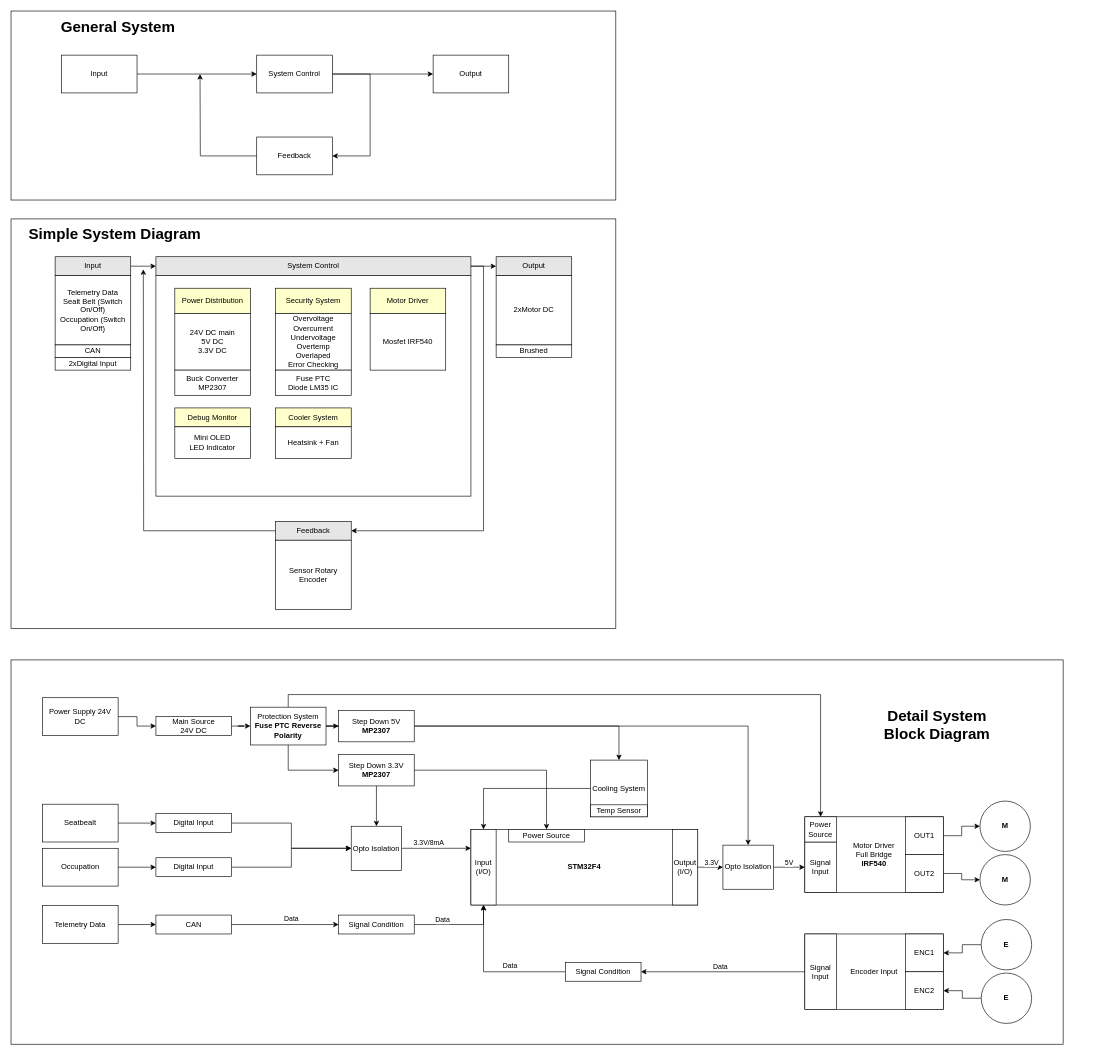
Above: AVS/Desain/Block Diagram.drawio in Rezen351/KP (draw.io), before the change. Source tidied: cells renumbered, new cells numbered last; positions are measured from the earlier drawing's top-left corner, leaving out a move shared by most shapes. Both pictures are drawn from the tidied source at 63%, with x=0, y=0 at pixel (11, 11).
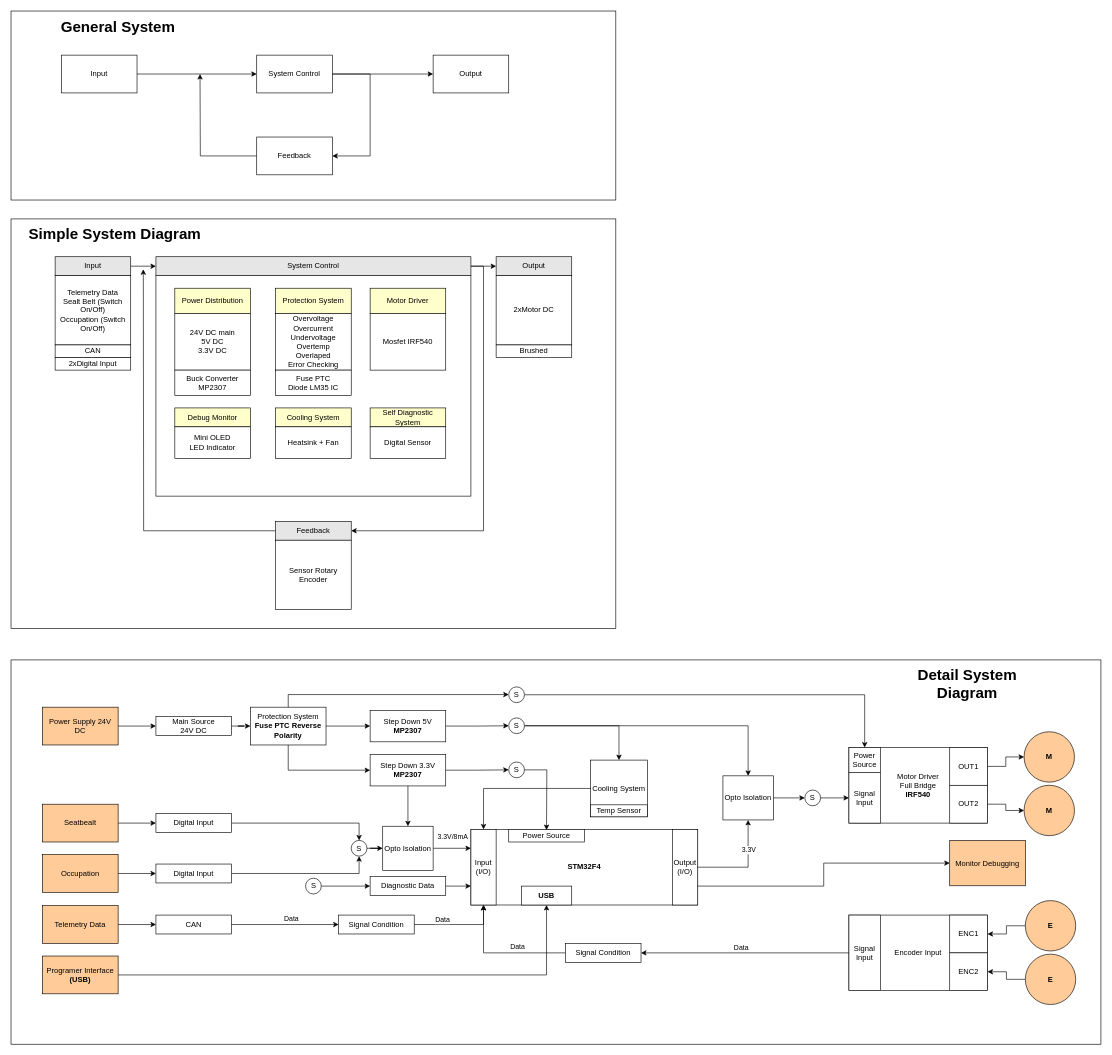
After the change.

The change refers to these unchanged cells:
```xml
<mxCell id="44" value="Digital Input" style="rounded=0;whiteSpace=wrap;html=1;" parent="1" vertex="1">
  <mxGeometry x="230" y="1274" width="120" height="30" as="geometry" />
</mxCell>
<mxCell id="50" style="edgeStyle=orthogonalEdgeStyle;rounded=0;jettySize=auto;html=1;entryX=0;entryY=0.25;entryDx=0;entryDy=0;" parent="1" edge="1" source="52" target="63">
  <mxGeometry relative="1" as="geometry" />
</mxCell>
<mxCell id="61" style="group;" parent="1" vertex="1">
  <mxGeometry x="730" y="1299" width="360" height="120" as="geometry" />
</mxCell>
<mxCell id="63" value="Input (I/O)" style="rounded=0;whiteSpace=wrap;html=1;" parent="61" vertex="1">
  <mxGeometry width="40" height="120" as="geometry" />
</mxCell>
<mxCell id="64" value="Output (I/O)" style="rounded=0;whiteSpace=wrap;html=1;" parent="61" vertex="1">
  <mxGeometry x="320" width="40" height="120" as="geometry" />
</mxCell>
<mxCell id="65" value="Power Source" style="rounded=0;whiteSpace=wrap;html=1;" parent="61" vertex="1">
  <mxGeometry x="60" width="120" height="20" as="geometry" />
</mxCell>
<mxCell id="69" style="edgeStyle=orthogonalEdgeStyle;rounded=0;jettySize=auto;html=1;" parent="1" edge="1" source="64" target="68">
  <mxGeometry relative="1" as="geometry" />
</mxCell>
<mxCell id="75" value="Signal Input" style="rounded=0;whiteSpace=wrap;html=1;" parent="71" vertex="1">
  <mxGeometry y="40" width="50" height="80" as="geometry" />
</mxCell>
<mxCell id="76" value="Power Source" style="rounded=0;whiteSpace=wrap;html=1;" parent="71" vertex="1">
  <mxGeometry width="50" height="40" as="geometry" />
</mxCell>
<mxCell id="80" value="Protection System&lt;div&gt;&lt;b&gt;Fuse PTC Reverse Polarity&lt;/b&gt;&lt;/div&gt;" style="rounded=0;whiteSpace=wrap;html=1;" parent="1" vertex="1">
  <mxGeometry x="380" y="1105" width="120" height="60" as="geometry" />
</mxCell>
<mxCell id="100" value="Cooling System" style="whiteSpace=wrap;html=1;" parent="99" vertex="1">
  <mxGeometry width="90" height="90" as="geometry" />
</mxCell>
```

What changed in the source:
```diff
@@
     <mxCell id="2" style="rounded=0;whiteSpace=wrap;html=1;" parent="1" vertex="1">
-      <mxGeometry y="1030" width="1670" height="610" as="geometry" />
+      <mxGeometry y="1030" width="1730" height="610" as="geometry" />
     </mxCell>
@@
-    <mxCell id="21" value="Security System" style="rounded=0;whiteSpace=wrap;html=1;fillColor=#FFFFCC;" parent="1" vertex="1">
+    <mxCell id="21" value="Protection System" style="rounded=0;whiteSpace=wrap;html=1;fillColor=#FFFFCC;" parent="1" vertex="1">
       <mxGeometry x="420" y="440" width="120" height="40" as="geometry" />
     </mxCell>
@@
-    <mxCell id="38" value="Cooler System" style="rounded=0;whiteSpace=wrap;html=1;fillColor=#FFFFCC;" parent="1" vertex="1">
+    <mxCell id="38" value="Cooling System" style="rounded=0;whiteSpace=wrap;html=1;fillColor=#FFFFCC;" parent="1" vertex="1">
       <mxGeometry x="420" y="630" width="120" height="30" as="geometry" />
     </mxCell>
@@
-    <mxCell id="42" value="&lt;font style=&quot;font-size: 24px;&quot;&gt;Detail System Block Diagram&lt;/font&gt;" style="text;html=1;align=center;verticalAlign=middle;whiteSpace=wrap;rounded=0;fontStyle=1;" parent="1" vertex="1">
-      <mxGeometry x="1370" y="1100" width="200" height="65" as="geometry" />
+    <mxCell id="42" value="&lt;font style=&quot;font-size: 24px;&quot;&gt;Detail System Diagram&lt;/font&gt;" style="text;html=1;align=center;verticalAlign=middle;whiteSpace=wrap;rounded=0;fontStyle=1;" parent="1" vertex="1">
+      <mxGeometry x="1418" y="1035" width="200" height="65" as="geometry" />
     </mxCell>
-    <mxCell id="43" style="edgeStyle=orthogonalEdgeStyle;rounded=0;jettySize=auto;html=1;entryX=0;entryY=0.5;entryDx=0;entryDy=0;" parent="1" edge="1" source="44" target="52">
-      <mxGeometry relative="1" as="geometry" />
-    </mxCell>
+    <mxCell id="114" style="edgeStyle=orthogonalEdgeStyle;rounded=0;jettySize=auto;html=1;entryX=0.5;entryY=0;entryDx=0;entryDy=0;" parent="1" edge="1" source="44" target="134">
+      <mxGeometry relative="1" as="geometry" />
+    </mxCell>
@@
-    <mxCell id="45" style="edgeStyle=orthogonalEdgeStyle;rounded=0;jettySize=auto;html=1;" parent="1" edge="1" source="46" target="52">
-      <mxGeometry relative="1" as="geometry" />
-    </mxCell>
+    <mxCell id="115" style="edgeStyle=orthogonalEdgeStyle;rounded=0;jettySize=auto;html=1;entryX=0.5;entryY=1;entryDx=0;entryDy=0;" parent="1" edge="1" source="46" target="134">
+      <mxGeometry relative="1" as="geometry" />
+    </mxCell>
     <mxCell id="46" value="Digital Input" style="rounded=0;whiteSpace=wrap;html=1;" parent="1" vertex="1">
-      <mxGeometry x="230" y="1344" width="120" height="30" as="geometry" />
+      <mxGeometry x="230" y="1354" width="120" height="30" as="geometry" />
     </mxCell>
@@
     <mxCell id="51" value="3.3V/8mA" style="edgeLabel;html=1;align=center;verticalAlign=middle;" parent="50" vertex="1">
       <mxGeometry x="-0.23" y="-1" relative="1" as="geometry">
-        <mxPoint y="-10" as="offset" />
+        <mxPoint x="7" y="-21" as="offset" />
       </mxGeometry>
     </mxCell>
     <mxCell id="52" value="Opto Isolation" style="rounded=0;whiteSpace=wrap;html=1;" parent="1" vertex="1">
-      <mxGeometry x="540" y="1294" width="80" height="70" as="geometry" />
+      <mxGeometry x="590" y="1294" width="80" height="70" as="geometry" />
     </mxCell>
@@
-    <mxCell id="55" style="edgeStyle=orthogonalEdgeStyle;rounded=0;jettySize=auto;html=1;entryX=0.5;entryY=0;entryDx=0;entryDy=0;" parent="1" edge="1" source="57" target="68">
-      <mxGeometry relative="1" as="geometry" />
-    </mxCell>
-    <mxCell id="56" style="edgeStyle=orthogonalEdgeStyle;rounded=0;jettySize=auto;html=1;entryX=0.5;entryY=0;entryDx=0;entryDy=0;" parent="1" edge="1" source="57" target="100">
+    <mxCell id="56" style="edgeStyle=orthogonalEdgeStyle;rounded=0;jettySize=auto;html=1;entryX=0.5;entryY=0;entryDx=0;entryDy=0;" parent="1" edge="1" source="130" target="100">
       <mxGeometry relative="1" as="geometry" />
     </mxCell>
+    <mxCell id="116" style="edgeStyle=orthogonalEdgeStyle;rounded=0;jettySize=auto;html=1;entryX=0;entryY=0.5;entryDx=0;entryDy=0;" parent="1" edge="1" source="57" target="130">
+      <mxGeometry relative="1" as="geometry" />
+    </mxCell>
     <mxCell id="57" value="Step Down 5V&lt;div&gt;&lt;b&gt;MP2307&lt;/b&gt;&lt;/div&gt;" style="rounded=0;whiteSpace=wrap;html=1;" parent="1" vertex="1">
-      <mxGeometry x="520" y="1110" width="120" height="50" as="geometry" />
+      <mxGeometry x="570" y="1110" width="120" height="50" as="geometry" />
     </mxCell>
@@
-    <mxCell id="59" style="edgeStyle=orthogonalEdgeStyle;rounded=0;jettySize=auto;html=1;entryX=0.5;entryY=0;entryDx=0;entryDy=0;" parent="1" edge="1" source="60" target="65">
-      <mxGeometry relative="1" as="geometry" />
-    </mxCell>
+    <mxCell id="117" style="edgeStyle=orthogonalEdgeStyle;rounded=0;jettySize=auto;html=1;entryX=0;entryY=0.5;entryDx=0;entryDy=0;" parent="1" edge="1" source="60" target="132">
+      <mxGeometry relative="1" as="geometry" />
+    </mxCell>
     <mxCell id="60" value="Step Down 3.3V&lt;div&gt;&lt;b&gt;MP2307&lt;/b&gt;&lt;/div&gt;" style="rounded=0;whiteSpace=wrap;html=1;" parent="1" vertex="1">
-      <mxGeometry x="520" y="1180" width="120" height="50" as="geometry" />
+      <mxGeometry x="570" y="1180" width="120" height="50" as="geometry" />
     </mxCell>
@@
-    <mxCell id="66" style="edgeStyle=orthogonalEdgeStyle;rounded=0;jettySize=auto;html=1;entryX=0;entryY=0.5;entryDx=0;entryDy=0;" parent="1" edge="1" source="68" target="75">
-      <mxGeometry relative="1" as="geometry" />
-    </mxCell>
-    <mxCell id="67" value="5V" style="edgeLabel;html=1;align=center;verticalAlign=middle;" parent="66" vertex="1">
-      <mxGeometry x="-0.03" y="-1" relative="1" as="geometry">
-        <mxPoint y="-9" as="offset" />
-      </mxGeometry>
-    </mxCell>
+    <mxCell id="118" value="&lt;b&gt;USB&lt;/b&gt;" style="rounded=0;whiteSpace=wrap;html=1;" parent="61" vertex="1">
+      <mxGeometry x="80" y="90" width="80" height="30" as="geometry" />
+    </mxCell>
+    <mxCell id="119" style="edgeStyle=orthogonalEdgeStyle;rounded=0;jettySize=auto;html=1;" parent="1" edge="1" source="68" target="136">
+      <mxGeometry relative="1" as="geometry" />
+    </mxCell>
     <mxCell id="68" value="Opto Isolation" style="rounded=0;whiteSpace=wrap;html=1;" parent="1" vertex="1">
-      <mxGeometry x="1130" y="1324" width="80" height="70" as="geometry" />
+      <mxGeometry x="1130" y="1214" width="80" height="70" as="geometry" />
     </mxCell>
@@
     <mxCell id="70" value="3.3V" style="edgeLabel;html=1;align=center;verticalAlign=middle;" parent="69" vertex="1">
       <mxGeometry x="0.07" y="3" relative="1" as="geometry">
-        <mxPoint y="-5" as="offset" />
+        <mxPoint x="3" y="-25" as="offset" />
       </mxGeometry>
     </mxCell>
     <mxCell id="71" style="group;" parent="1" vertex="1">
-      <mxGeometry x="1260" y="1279" width="220" height="120" as="geometry" />
+      <mxGeometry x="1330" y="1169" width="220" height="120" as="geometry" />
     </mxCell>
@@
-    <mxCell id="79" style="edgeStyle=orthogonalEdgeStyle;rounded=0;jettySize=auto;html=1;exitX=0.5;exitY=0;exitDx=0;exitDy=0;" parent="1" edge="1" source="80" target="76">
-      <mxGeometry relative="1" as="geometry" />
-    </mxCell>
@@
     <mxCell id="83" value="Signal Condition" style="rounded=0;whiteSpace=wrap;html=1;" parent="1" vertex="1">
-      <mxGeometry x="880" y="1510" width="120" height="30" as="geometry" />
+      <mxGeometry x="880" y="1480" width="120" height="30" as="geometry" />
     </mxCell>
     <mxCell id="84" style="group;" parent="1" vertex="1">
-      <mxGeometry x="1260" y="1465" width="220" height="120" as="geometry" />
+      <mxGeometry x="1330" y="1435" width="220" height="120" as="geometry" />
     </mxCell>
@@
-    <mxCell id="91" value="M" style="ellipse;whiteSpace=wrap;html=1;fontStyle=1;" parent="1" vertex="1">
-      <mxGeometry x="1538" y="1254" width="80" height="80" as="geometry" />
+    <mxCell id="91" value="M" style="ellipse;whiteSpace=wrap;html=1;fontStyle=1;fillColor=#FFCC99;" parent="1" vertex="1">
+      <mxGeometry x="1608" y="1144" width="80" height="80" as="geometry" />
     </mxCell>
-    <mxCell id="92" value="M" style="ellipse;whiteSpace=wrap;html=1;fontStyle=1;" parent="1" vertex="1">
-      <mxGeometry x="1538" y="1339" width="80" height="80" as="geometry" />
+    <mxCell id="92" value="M" style="ellipse;whiteSpace=wrap;html=1;fontStyle=1;fillColor=#FFCC99;" parent="1" vertex="1">
+      <mxGeometry x="1608" y="1229" width="80" height="80" as="geometry" />
     </mxCell>
@@
-    <mxCell id="94" value="E" style="ellipse;whiteSpace=wrap;html=1;fontStyle=1;" parent="1" vertex="1">
-      <mxGeometry x="1540" y="1442" width="80" height="80" as="geometry" />
+    <mxCell id="94" value="E" style="ellipse;whiteSpace=wrap;html=1;fontStyle=1;fillColor=#FFCC99;" parent="1" vertex="1">
+      <mxGeometry x="1610" y="1412" width="80" height="80" as="geometry" />
     </mxCell>
@@
-    <mxCell id="96" value="E" style="ellipse;whiteSpace=wrap;html=1;fontStyle=1;" parent="1" vertex="1">
-      <mxGeometry x="1540" y="1527" width="80" height="80" as="geometry" />
+    <mxCell id="96" value="E" style="ellipse;whiteSpace=wrap;html=1;fontStyle=1;fillColor=#FFCC99;" parent="1" vertex="1">
+      <mxGeometry x="1610" y="1497" width="80" height="80" as="geometry" />
     </mxCell>
@@
-    <mxCell id="107" value="Power Supply 24V DC" style="rounded=0;whiteSpace=wrap;html=1;" parent="1" vertex="1">
-      <mxGeometry x="50" y="1090" width="120" height="60" as="geometry" />
+    <mxCell id="107" value="Power Supply 24V DC" style="rounded=0;whiteSpace=wrap;html=1;fillColor=#FFCC99;" parent="1" vertex="1">
+      <mxGeometry x="50" y="1105" width="120" height="60" as="geometry" />
     </mxCell>
@@
-    <mxCell id="109" value="Seatbealt" style="rounded=0;whiteSpace=wrap;html=1;" parent="1" vertex="1">
+    <mxCell id="109" value="Seatbealt" style="rounded=0;whiteSpace=wrap;html=1;fillColor=#FFCC99;" parent="1" vertex="1">
       <mxGeometry x="50" y="1259" width="120" height="60" as="geometry" />
     </mxCell>
@@
-    <mxCell id="111" value="Occupation" style="rounded=0;whiteSpace=wrap;html=1;" parent="1" vertex="1">
-      <mxGeometry x="50" y="1329" width="120" height="60" as="geometry" />
+    <mxCell id="111" value="Occupation" style="rounded=0;whiteSpace=wrap;html=1;fillColor=#FFCC99;" parent="1" vertex="1">
+      <mxGeometry x="50" y="1339" width="120" height="60" as="geometry" />
     </mxCell>
@@
-    <mxCell id="113" value="Telemetry Data" style="rounded=0;whiteSpace=wrap;html=1;" parent="1" vertex="1">
+    <mxCell id="113" value="Telemetry Data" style="rounded=0;whiteSpace=wrap;html=1;fillColor=#FFCC99;" parent="1" vertex="1">
       <mxGeometry x="50" y="1420" width="120" height="60" as="geometry" />
     </mxCell>
+    <mxCell id="120" value="Monitor Debugging" style="rounded=0;whiteSpace=wrap;html=1;fillColor=#FFCC99;" parent="1" vertex="1">
+      <mxGeometry x="1490" y="1316.5" width="120" height="72" as="geometry" />
+    </mxCell>
+    <mxCell id="121" style="edgeStyle=orthogonalEdgeStyle;rounded=0;jettySize=auto;html=1;entryX=0.5;entryY=1;entryDx=0;entryDy=0;" parent="1" edge="1" source="122" target="118">
+      <mxGeometry relative="1" as="geometry" />
+    </mxCell>
+    <mxCell id="122" value="Programer Interface&lt;div&gt;&lt;b&gt;(USB)&lt;/b&gt;&lt;/div&gt;" style="rounded=0;whiteSpace=wrap;html=1;fillColor=#FFCC99;" parent="1" vertex="1">
+      <mxGeometry x="50" y="1500" width="120" height="60" as="geometry" />
+    </mxCell>
+    <mxCell id="123" style="edgeStyle=orthogonalEdgeStyle;rounded=0;jettySize=auto;html=1;exitX=1;exitY=0.75;exitDx=0;exitDy=0;entryX=0;entryY=0.5;entryDx=0;entryDy=0;" parent="1" edge="1" source="64" target="120">
+      <mxGeometry relative="1" as="geometry" />
+    </mxCell>
+    <mxCell id="124" value="Self Diagnostic System" style="rounded=0;whiteSpace=wrap;html=1;fillColor=#FFFFCC;" parent="1" vertex="1">
+      <mxGeometry x="570" y="630" width="120" height="30" as="geometry" />
+    </mxCell>
+    <mxCell id="125" value="Digital Sensor" style="rounded=0;whiteSpace=wrap;html=1;" parent="1" vertex="1">
+      <mxGeometry x="570" y="660" width="120" height="50" as="geometry" />
+    </mxCell>
+    <mxCell id="126" style="edgeStyle=orthogonalEdgeStyle;rounded=0;jettySize=auto;html=1;exitX=0.5;exitY=0;exitDx=0;exitDy=0;" parent="1" edge="1" source="80" target="128">
+      <mxGeometry relative="1" as="geometry">
+        <Array as="points">
+          <mxPoint x="440" y="1085" />
+        </Array>
+      </mxGeometry>
+    </mxCell>
+    <mxCell id="127" style="edgeStyle=orthogonalEdgeStyle;rounded=0;jettySize=auto;html=1;" parent="1" edge="1" source="128" target="76">
+      <mxGeometry relative="1" as="geometry" />
+    </mxCell>
+    <mxCell id="128" value="S" style="ellipse;whiteSpace=wrap;html=1;" parent="1" vertex="1">
+      <mxGeometry x="790" y="1072.8" width="25" height="25" as="geometry" />
+    </mxCell>
+    <mxCell id="129" style="edgeStyle=orthogonalEdgeStyle;rounded=0;jettySize=auto;html=1;entryX=0.5;entryY=0;entryDx=0;entryDy=0;" parent="1" edge="1" source="130" target="68">
+      <mxGeometry relative="1" as="geometry" />
+    </mxCell>
+    <mxCell id="130" value="S" style="ellipse;whiteSpace=wrap;html=1;" parent="1" vertex="1">
+      <mxGeometry x="790" y="1122" width="25" height="25" as="geometry" />
+    </mxCell>
+    <mxCell id="131" style="edgeStyle=orthogonalEdgeStyle;rounded=0;jettySize=auto;html=1;" parent="1" edge="1" source="132">
+      <mxGeometry relative="1" as="geometry">
+        <mxPoint x="850" y="1300" as="targetPoint" />
+      </mxGeometry>
+    </mxCell>
+    <mxCell id="132" value="S" style="ellipse;whiteSpace=wrap;html=1;" parent="1" vertex="1">
+      <mxGeometry x="790" y="1192" width="25" height="25" as="geometry" />
+    </mxCell>
+    <mxCell id="133" style="edgeStyle=orthogonalEdgeStyle;rounded=0;jettySize=auto;html=1;" parent="1" edge="1" source="134" target="52">
+      <mxGeometry relative="1" as="geometry" />
+    </mxCell>
+    <mxCell id="134" value="S" style="ellipse;whiteSpace=wrap;html=1;" parent="1" vertex="1">
+      <mxGeometry x="540" y="1316.5" width="25" height="25" as="geometry" />
+    </mxCell>
+    <mxCell id="135" style="edgeStyle=orthogonalEdgeStyle;rounded=0;jettySize=auto;html=1;" parent="1" edge="1" source="136" target="75">
+      <mxGeometry relative="1" as="geometry" />
+    </mxCell>
+    <mxCell id="136" value="S" style="ellipse;whiteSpace=wrap;html=1;" parent="1" vertex="1">
+      <mxGeometry x="1260" y="1236.5" width="25" height="25" as="geometry" />
+    </mxCell>
+    <mxCell id="137" style="edgeStyle=orthogonalEdgeStyle;rounded=0;jettySize=auto;html=1;entryX=0;entryY=0.75;entryDx=0;entryDy=0;" parent="1" edge="1" source="138" target="63">
+      <mxGeometry relative="1" as="geometry" />
+    </mxCell>
+    <mxCell id="138" value="Diagnostic Data" style="rounded=0;whiteSpace=wrap;html=1;" parent="1" vertex="1">
+      <mxGeometry x="570" y="1374" width="120" height="30" as="geometry" />
+    </mxCell>
+    <mxCell id="139" style="edgeStyle=orthogonalEdgeStyle;rounded=0;jettySize=auto;html=1;" parent="1" edge="1" source="140" target="138">
+      <mxGeometry relative="1" as="geometry" />
+    </mxCell>
+    <mxCell id="140" value="S" style="ellipse;whiteSpace=wrap;html=1;" parent="1" vertex="1">
+      <mxGeometry x="467.5" y="1376.5" width="25" height="25" as="geometry" />
+    </mxCell>
```
